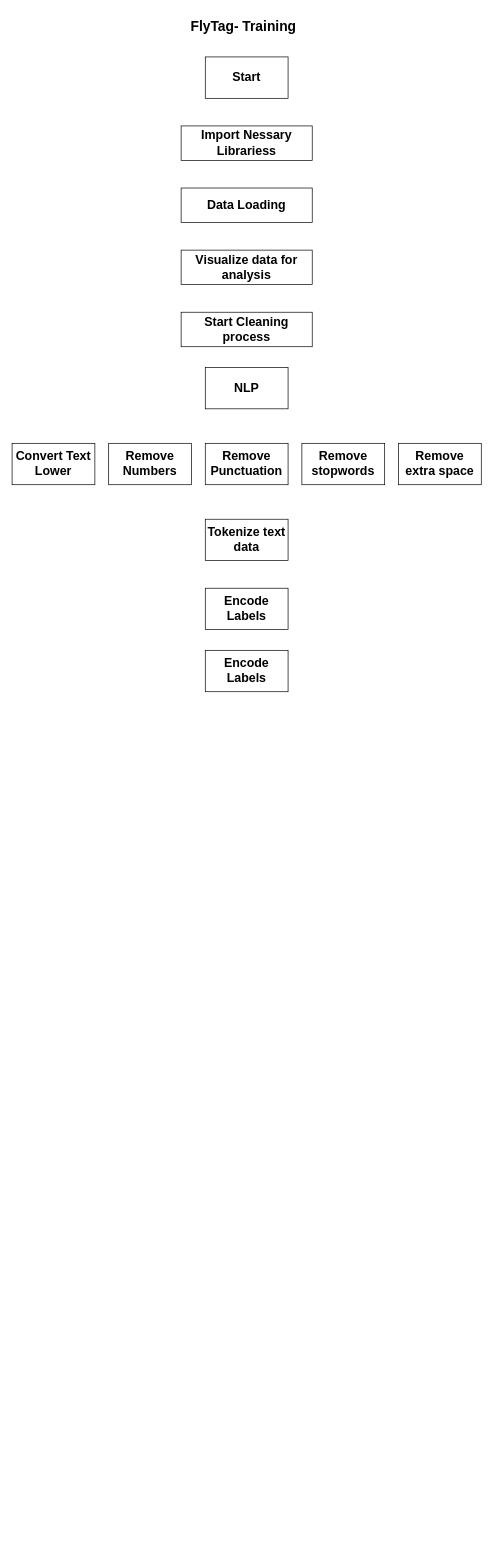
ShivadityaKr/draw keeps this draw.io diagram as Untitled Diagram.drawio. Above is the earlier version. Source tidied: cells renumbered, new cells numbered last; positions are measured from the earlier drawing's top-left corner, leaving out a move shared by most shapes. Both pictures are drawn from the tidied source at 69%, with x=0, y=0 at pixel (12, 12).
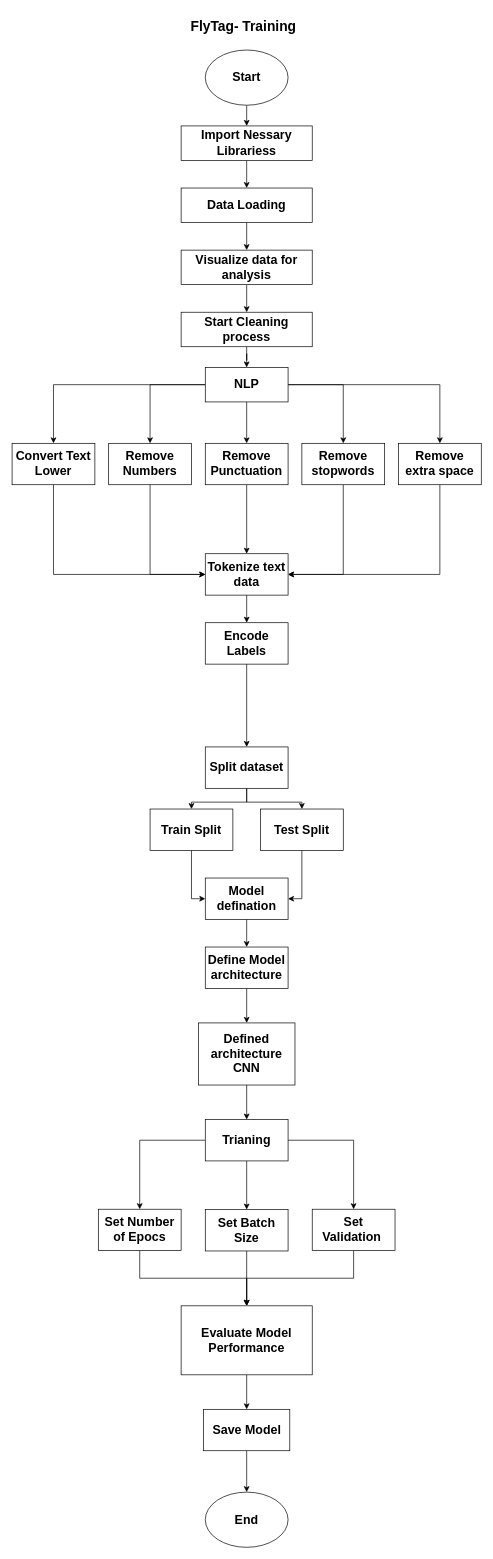
After the change.

Commit message:
Update: FlyTag - Training

Unchanged cells that the change refers to:
```xml
<mxCell id="5" value="&lt;span style=&quot;font-size: 18px;&quot;&gt;&lt;b&gt;Import Nessary Librariess&lt;/b&gt;&lt;/span&gt;" style="rounded=0;whiteSpace=wrap;html=1;" parent="1" vertex="1">
  <mxGeometry x="245" y="165" width="190" height="50" as="geometry" />
</mxCell>
<mxCell id="6" value="&lt;span style=&quot;font-size: 18px;&quot;&gt;&lt;b&gt;Data Loading&lt;/b&gt;&lt;/span&gt;" style="rounded=0;whiteSpace=wrap;html=1;" parent="1" vertex="1">
  <mxGeometry x="245" y="255" width="190" height="50" as="geometry" />
</mxCell>
<mxCell id="7" value="&lt;span style=&quot;font-size: 18px;&quot;&gt;&lt;b&gt;Visualize data for analysis&lt;/b&gt;&lt;/span&gt;" style="rounded=0;whiteSpace=wrap;html=1;" parent="1" vertex="1">
  <mxGeometry x="245" y="345" width="190" height="50" as="geometry" />
</mxCell>
<mxCell id="8" value="&lt;span style=&quot;font-size: 18px;&quot;&gt;&lt;b&gt;Start Cleaning process&lt;/b&gt;&lt;/span&gt;" style="rounded=0;whiteSpace=wrap;html=1;" parent="1" vertex="1">
  <mxGeometry x="245" y="435" width="190" height="50" as="geometry" />
</mxCell>
<mxCell id="9" value="&lt;span style=&quot;font-size: 18px;&quot;&gt;&lt;b&gt;Convert Text Lower&lt;/b&gt;&lt;/span&gt;" style="rounded=0;whiteSpace=wrap;html=1;" parent="1" vertex="1">
  <mxGeometry y="625" width="120" height="60" as="geometry" />
</mxCell>
<mxCell id="10" value="&lt;span style=&quot;font-size: 18px;&quot;&gt;&lt;b&gt;Remove Numbers&lt;/b&gt;&lt;/span&gt;" style="rounded=0;whiteSpace=wrap;html=1;" parent="1" vertex="1">
  <mxGeometry x="140" y="625" width="120" height="60" as="geometry" />
</mxCell>
<mxCell id="11" value="&lt;span style=&quot;font-size: 18px;&quot;&gt;&lt;b&gt;Remove Punctuation&lt;/b&gt;&lt;/span&gt;" style="rounded=0;whiteSpace=wrap;html=1;" parent="1" vertex="1">
  <mxGeometry x="280" y="625" width="120" height="60" as="geometry" />
</mxCell>
<mxCell id="12" value="&lt;span style=&quot;font-size: 18px;&quot;&gt;&lt;b&gt;Remove stopwords&lt;/b&gt;&lt;/span&gt;" style="rounded=0;whiteSpace=wrap;html=1;" parent="1" vertex="1">
  <mxGeometry x="420" y="625" width="120" height="60" as="geometry" />
</mxCell>
<mxCell id="13" value="&lt;span style=&quot;font-size: 18px;&quot;&gt;&lt;b&gt;Remove extra space&lt;/b&gt;&lt;/span&gt;" style="rounded=0;whiteSpace=wrap;html=1;" parent="1" vertex="1">
  <mxGeometry x="560" y="625" width="120" height="60" as="geometry" />
</mxCell>
```

The edit, as a diff of the source:
```diff
@@
-    <mxCell id="2" value="&lt;b&gt;&lt;font style=&quot;font-size: 18px;&quot;&gt;Start&lt;/font&gt;&lt;/b&gt;" style="rounded=0;whiteSpace=wrap;html=1;" parent="1" vertex="1">
-      <mxGeometry x="280" y="65" width="120" height="60" as="geometry" />
-    </mxCell>
+    <mxCell id="17" style="edgeStyle=orthogonalEdgeStyle;rounded=0;jettySize=auto;html=1;entryX=0.5;entryY=0;entryDx=0;entryDy=0;" parent="1" edge="1" source="3" target="11">
+      <mxGeometry relative="1" as="geometry" />
+    </mxCell>
+    <mxCell id="18" style="edgeStyle=orthogonalEdgeStyle;rounded=0;jettySize=auto;html=1;entryX=0.5;entryY=0;entryDx=0;entryDy=0;" parent="1" edge="1" source="3" target="13">
+      <mxGeometry relative="1" as="geometry" />
+    </mxCell>
+    <mxCell id="19" style="edgeStyle=orthogonalEdgeStyle;rounded=0;jettySize=auto;html=1;entryX=0.5;entryY=0;entryDx=0;entryDy=0;" parent="1" edge="1" source="3" target="12">
+      <mxGeometry relative="1" as="geometry" />
+    </mxCell>
+    <mxCell id="20" style="edgeStyle=orthogonalEdgeStyle;rounded=0;jettySize=auto;html=1;entryX=0.5;entryY=0;entryDx=0;entryDy=0;" parent="1" edge="1" source="3" target="9">
+      <mxGeometry relative="1" as="geometry" />
+    </mxCell>
+    <mxCell id="21" style="edgeStyle=orthogonalEdgeStyle;rounded=0;jettySize=auto;html=1;entryX=0.5;entryY=0;entryDx=0;entryDy=0;" parent="1" edge="1" source="3" target="10">
+      <mxGeometry relative="1" as="geometry" />
+    </mxCell>
     <mxCell id="3" value="&lt;span style=&quot;font-size: 18px;&quot;&gt;&lt;b&gt;NLP&lt;/b&gt;&lt;/span&gt;" style="rounded=0;whiteSpace=wrap;html=1;" parent="1" vertex="1">
-      <mxGeometry x="280" y="515" width="120" height="60" as="geometry" />
+      <mxGeometry x="280" y="515" width="120" height="50" as="geometry" />
     </mxCell>
@@
+    <mxCell id="22" style="edgeStyle=orthogonalEdgeStyle;rounded=0;jettySize=auto;html=1;exitX=0.5;exitY=1;exitDx=0;exitDy=0;entryX=0.5;entryY=0;entryDx=0;entryDy=0;" parent="1" edge="1" source="5" target="6">
+      <mxGeometry relative="1" as="geometry" />
+    </mxCell>
@@
+    <mxCell id="23" style="edgeStyle=orthogonalEdgeStyle;rounded=0;jettySize=auto;html=1;entryX=0.5;entryY=0;entryDx=0;entryDy=0;" parent="1" edge="1" source="6" target="7">
+      <mxGeometry relative="1" as="geometry" />
+    </mxCell>
@@
+    <mxCell id="24" style="edgeStyle=orthogonalEdgeStyle;rounded=0;jettySize=auto;html=1;entryX=0.5;entryY=0;entryDx=0;entryDy=0;" parent="1" edge="1" source="7" target="8">
+      <mxGeometry relative="1" as="geometry" />
+    </mxCell>
@@
+    <mxCell id="25" style="edgeStyle=orthogonalEdgeStyle;rounded=0;jettySize=auto;html=1;entryX=0.5;entryY=0;entryDx=0;entryDy=0;" parent="1" edge="1" source="8" target="3">
+      <mxGeometry relative="1" as="geometry" />
+    </mxCell>
@@
+    <mxCell id="26" style="edgeStyle=orthogonalEdgeStyle;rounded=0;jettySize=auto;html=1;entryX=0;entryY=0.5;entryDx=0;entryDy=0;" parent="1" edge="1" source="9" target="14">
+      <mxGeometry relative="1" as="geometry">
+        <Array as="points">
+          <mxPoint x="60" y="815" />
+        </Array>
+      </mxGeometry>
+    </mxCell>
@@
+    <mxCell id="27" style="edgeStyle=orthogonalEdgeStyle;rounded=0;jettySize=auto;html=1;entryX=0;entryY=0.5;entryDx=0;entryDy=0;" parent="1" edge="1" source="10" target="14">
+      <mxGeometry relative="1" as="geometry">
+        <Array as="points">
+          <mxPoint x="200" y="815" />
+        </Array>
+      </mxGeometry>
+    </mxCell>
@@
+    <mxCell id="28" style="edgeStyle=orthogonalEdgeStyle;rounded=0;jettySize=auto;html=1;entryX=0.5;entryY=0;entryDx=0;entryDy=0;" parent="1" edge="1" source="11" target="14">
+      <mxGeometry relative="1" as="geometry" />
+    </mxCell>
@@
+    <mxCell id="29" style="edgeStyle=orthogonalEdgeStyle;rounded=0;jettySize=auto;html=1;entryX=1;entryY=0.5;entryDx=0;entryDy=0;" parent="1" edge="1" source="12" target="14">
+      <mxGeometry relative="1" as="geometry">
+        <Array as="points">
+          <mxPoint x="480" y="815" />
+        </Array>
+      </mxGeometry>
+    </mxCell>
@@
+    <mxCell id="30" style="edgeStyle=orthogonalEdgeStyle;rounded=0;jettySize=auto;html=1;entryX=1;entryY=0.5;entryDx=0;entryDy=0;" parent="1" edge="1" source="13" target="14">
+      <mxGeometry relative="1" as="geometry">
+        <Array as="points">
+          <mxPoint x="620" y="815" />
+        </Array>
+      </mxGeometry>
+    </mxCell>
@@
+    <mxCell id="31" style="edgeStyle=orthogonalEdgeStyle;rounded=0;jettySize=auto;html=1;entryX=0.5;entryY=0;entryDx=0;entryDy=0;" parent="1" edge="1" source="14" target="15">
+      <mxGeometry relative="1" as="geometry" />
+    </mxCell>
     <mxCell id="14" value="&lt;span style=&quot;font-size: 18px;&quot;&gt;&lt;b&gt;Tokenize text data&lt;/b&gt;&lt;/span&gt;" style="rounded=0;whiteSpace=wrap;html=1;" parent="1" vertex="1">
-      <mxGeometry x="280" y="735" width="120" height="60" as="geometry" />
+      <mxGeometry x="280" y="785" width="120" height="60" as="geometry" />
     </mxCell>
     <mxCell id="15" value="&lt;span style=&quot;font-size: 18px;&quot;&gt;&lt;b&gt;Encode Labels&lt;/b&gt;&lt;/span&gt;" style="rounded=0;whiteSpace=wrap;html=1;" parent="1" vertex="1">
-      <mxGeometry x="280" y="835" width="120" height="60" as="geometry" />
+      <mxGeometry x="280" y="885" width="120" height="60" as="geometry" />
     </mxCell>
-    <mxCell id="16" value="&lt;span style=&quot;font-size: 18px;&quot;&gt;&lt;b&gt;Encode Labels&lt;/b&gt;&lt;/span&gt;" style="rounded=0;whiteSpace=wrap;html=1;" parent="1" vertex="1">
-      <mxGeometry x="280" y="925" width="120" height="60" as="geometry" />
-    </mxCell>
+    <mxCell id="32" style="edgeStyle=orthogonalEdgeStyle;rounded=0;jettySize=auto;html=1;entryX=0.5;entryY=0;entryDx=0;entryDy=0;exitX=0.5;exitY=1;exitDx=0;exitDy=0;" parent="1" edge="1" source="15" target="35">
+      <mxGeometry relative="1" as="geometry" />
+    </mxCell>
+    <mxCell id="33" style="edgeStyle=orthogonalEdgeStyle;rounded=0;jettySize=auto;html=1;" parent="1" edge="1" source="35" target="37">
+      <mxGeometry relative="1" as="geometry" />
+    </mxCell>
+    <mxCell id="34" style="edgeStyle=orthogonalEdgeStyle;rounded=0;jettySize=auto;html=1;entryX=0.5;entryY=0;entryDx=0;entryDy=0;" parent="1" edge="1" source="35" target="39">
+      <mxGeometry relative="1" as="geometry" />
+    </mxCell>
+    <mxCell id="35" value="&lt;span style=&quot;font-size: 18px;&quot;&gt;&lt;b&gt;Split dataset&lt;/b&gt;&lt;/span&gt;" style="rounded=0;whiteSpace=wrap;html=1;" parent="1" vertex="1">
+      <mxGeometry x="280" y="1065" width="120" height="60" as="geometry" />
+    </mxCell>
+    <mxCell id="36" style="edgeStyle=orthogonalEdgeStyle;rounded=0;jettySize=auto;html=1;entryX=0;entryY=0.5;entryDx=0;entryDy=0;" parent="1" edge="1" source="37" target="41">
+      <mxGeometry relative="1" as="geometry" />
+    </mxCell>
+    <mxCell id="37" value="&lt;span style=&quot;font-size: 18px;&quot;&gt;&lt;b&gt;Train Split&lt;/b&gt;&lt;/span&gt;" style="rounded=0;whiteSpace=wrap;html=1;" parent="1" vertex="1">
+      <mxGeometry x="200" y="1155" width="120" height="60" as="geometry" />
+    </mxCell>
+    <mxCell id="38" style="edgeStyle=orthogonalEdgeStyle;rounded=0;jettySize=auto;html=1;entryX=1;entryY=0.5;entryDx=0;entryDy=0;" parent="1" edge="1" source="39" target="41">
+      <mxGeometry relative="1" as="geometry" />
+    </mxCell>
+    <mxCell id="39" value="&lt;span style=&quot;font-size: 18px;&quot;&gt;&lt;b&gt;Test Split&lt;/b&gt;&lt;/span&gt;" style="rounded=0;whiteSpace=wrap;html=1;" parent="1" vertex="1">
+      <mxGeometry x="360" y="1155" width="120" height="60" as="geometry" />
+    </mxCell>
+    <mxCell id="40" style="edgeStyle=orthogonalEdgeStyle;rounded=0;jettySize=auto;html=1;entryX=0.5;entryY=0;entryDx=0;entryDy=0;" parent="1" edge="1" source="41" target="43">
+      <mxGeometry relative="1" as="geometry" />
+    </mxCell>
+    <mxCell id="41" value="&lt;span style=&quot;font-size: 18px;&quot;&gt;&lt;b&gt;Model defination&lt;/b&gt;&lt;/span&gt;" style="rounded=0;whiteSpace=wrap;html=1;" parent="1" vertex="1">
+      <mxGeometry x="280" y="1255" width="120" height="60" as="geometry" />
+    </mxCell>
+    <mxCell id="42" style="edgeStyle=orthogonalEdgeStyle;rounded=0;jettySize=auto;html=1;entryX=0.5;entryY=0;entryDx=0;entryDy=0;" parent="1" edge="1" source="43" target="45">
+      <mxGeometry relative="1" as="geometry" />
+    </mxCell>
+    <mxCell id="43" value="&lt;span style=&quot;font-size: 18px;&quot;&gt;&lt;b&gt;Define Model architecture&lt;/b&gt;&lt;/span&gt;" style="rounded=0;whiteSpace=wrap;html=1;" parent="1" vertex="1">
+      <mxGeometry x="280" y="1355" width="120" height="60" as="geometry" />
+    </mxCell>
+    <mxCell id="44" style="edgeStyle=orthogonalEdgeStyle;rounded=0;jettySize=auto;html=1;entryX=0.5;entryY=0;entryDx=0;entryDy=0;" parent="1" edge="1" source="45" target="49">
+      <mxGeometry relative="1" as="geometry" />
+    </mxCell>
+    <mxCell id="45" value="&lt;span style=&quot;font-size: 18px;&quot;&gt;&lt;b&gt;Defined architecture CNN&lt;/b&gt;&lt;/span&gt;" style="rounded=0;whiteSpace=wrap;html=1;" parent="1" vertex="1">
+      <mxGeometry x="270" y="1465" width="140" height="90" as="geometry" />
+    </mxCell>
+    <mxCell id="46" style="edgeStyle=orthogonalEdgeStyle;rounded=0;jettySize=auto;html=1;entryX=0.5;entryY=0;entryDx=0;entryDy=0;" parent="1" edge="1" source="49" target="53">
+      <mxGeometry relative="1" as="geometry" />
+    </mxCell>
+    <mxCell id="47" style="edgeStyle=orthogonalEdgeStyle;rounded=0;jettySize=auto;html=1;entryX=0.5;entryY=0;entryDx=0;entryDy=0;" parent="1" edge="1" source="49" target="51">
+      <mxGeometry relative="1" as="geometry" />
+    </mxCell>
+    <mxCell id="48" style="edgeStyle=orthogonalEdgeStyle;rounded=0;jettySize=auto;html=1;" parent="1" edge="1" source="49" target="55">
+      <mxGeometry relative="1" as="geometry" />
+    </mxCell>
+    <mxCell id="49" value="&lt;span style=&quot;font-size: 18px;&quot;&gt;&lt;b&gt;Trianing&lt;/b&gt;&lt;/span&gt;" style="rounded=0;whiteSpace=wrap;html=1;" parent="1" vertex="1">
+      <mxGeometry x="280" y="1605" width="120" height="60" as="geometry" />
+    </mxCell>
+    <mxCell id="50" style="edgeStyle=orthogonalEdgeStyle;rounded=0;jettySize=auto;html=1;" parent="1" edge="1" source="51" target="57">
+      <mxGeometry relative="1" as="geometry" />
+    </mxCell>
+    <mxCell id="51" value="&lt;span style=&quot;font-size: 18px;&quot;&gt;&lt;b&gt;Set Number of Epocs&lt;/b&gt;&lt;/span&gt;" style="rounded=0;whiteSpace=wrap;html=1;" parent="1" vertex="1">
+      <mxGeometry x="125" y="1735" width="120" height="60" as="geometry" />
+    </mxCell>
+    <mxCell id="52" style="edgeStyle=orthogonalEdgeStyle;rounded=0;jettySize=auto;html=1;entryX=0.5;entryY=0;entryDx=0;entryDy=0;" parent="1" edge="1" source="53" target="57">
+      <mxGeometry relative="1" as="geometry" />
+    </mxCell>
+    <mxCell id="53" value="&lt;span style=&quot;font-size: 18px;&quot;&gt;&lt;b&gt;Set Batch Size&lt;/b&gt;&lt;/span&gt;" style="rounded=0;whiteSpace=wrap;html=1;" parent="1" vertex="1">
+      <mxGeometry x="280" y="1735.5" width="120" height="60" as="geometry" />
+    </mxCell>
+    <mxCell id="54" style="edgeStyle=orthogonalEdgeStyle;rounded=0;jettySize=auto;html=1;" parent="1" edge="1" source="55" target="57">
+      <mxGeometry relative="1" as="geometry" />
+    </mxCell>
+    <mxCell id="55" value="&lt;span style=&quot;font-size: 18px;&quot;&gt;&lt;b&gt;Set Validation&amp;nbsp;&lt;/b&gt;&lt;/span&gt;" style="rounded=0;whiteSpace=wrap;html=1;" parent="1" vertex="1">
+      <mxGeometry x="435" y="1735" width="120" height="60" as="geometry" />
+    </mxCell>
+    <mxCell id="56" style="edgeStyle=orthogonalEdgeStyle;rounded=0;jettySize=auto;html=1;entryX=0.5;entryY=0;entryDx=0;entryDy=0;" parent="1" edge="1" source="57" target="59">
+      <mxGeometry relative="1" as="geometry" />
+    </mxCell>
+    <mxCell id="57" value="&lt;span style=&quot;font-size: 18px;&quot;&gt;&lt;b&gt;Evaluate Model Performance&lt;/b&gt;&lt;/span&gt;" style="rounded=0;whiteSpace=wrap;html=1;" parent="1" vertex="1">
+      <mxGeometry x="245" y="1875" width="190" height="100" as="geometry" />
+    </mxCell>
+    <mxCell id="58" style="edgeStyle=orthogonalEdgeStyle;rounded=0;jettySize=auto;html=1;entryX=0.5;entryY=0;entryDx=0;entryDy=0;" parent="1" edge="1" source="59" target="60">
+      <mxGeometry relative="1" as="geometry" />
+    </mxCell>
+    <mxCell id="59" value="&lt;span style=&quot;font-size: 18px;&quot;&gt;&lt;b&gt;Save Model&lt;/b&gt;&lt;/span&gt;" style="rounded=0;whiteSpace=wrap;html=1;" parent="1" vertex="1">
+      <mxGeometry x="277.5" y="2025" width="125" height="60" as="geometry" />
+    </mxCell>
+    <mxCell id="60" value="&lt;b style=&quot;color: rgb(0, 0, 0); font-family: Helvetica; font-size: 18px; font-style: normal; font-variant-ligatures: normal; font-variant-caps: normal; letter-spacing: normal; orphans: 2; text-align: center; text-indent: 0px; text-transform: none; widows: 2; word-spacing: 0px; -webkit-text-stroke-width: 0px; white-space: normal; background-color: rgb(251, 251, 251); text-decoration-thickness: initial; text-decoration-style: initial; text-decoration-color: initial;&quot;&gt;End&lt;/b&gt;" style="ellipse;whiteSpace=wrap;html=1;" parent="1" vertex="1">
+      <mxGeometry x="280" y="2145" width="120" height="80" as="geometry" />
+    </mxCell>
+    <mxCell id="61" style="edgeStyle=orthogonalEdgeStyle;rounded=0;jettySize=auto;html=1;exitX=0.5;exitY=1;exitDx=0;exitDy=0;entryX=0.5;entryY=0;entryDx=0;entryDy=0;" parent="1" edge="1" source="2" target="5">
+      <mxGeometry relative="1" as="geometry" />
+    </mxCell>
+    <mxCell id="2" value="&lt;b&gt;&lt;font style=&quot;font-size: 18px;&quot;&gt;Start&lt;/font&gt;&lt;/b&gt;" style="ellipse;whiteSpace=wrap;html=1;" parent="1" vertex="1">
+      <mxGeometry x="280" y="55" width="120" height="80" as="geometry" />
+    </mxCell>
```
